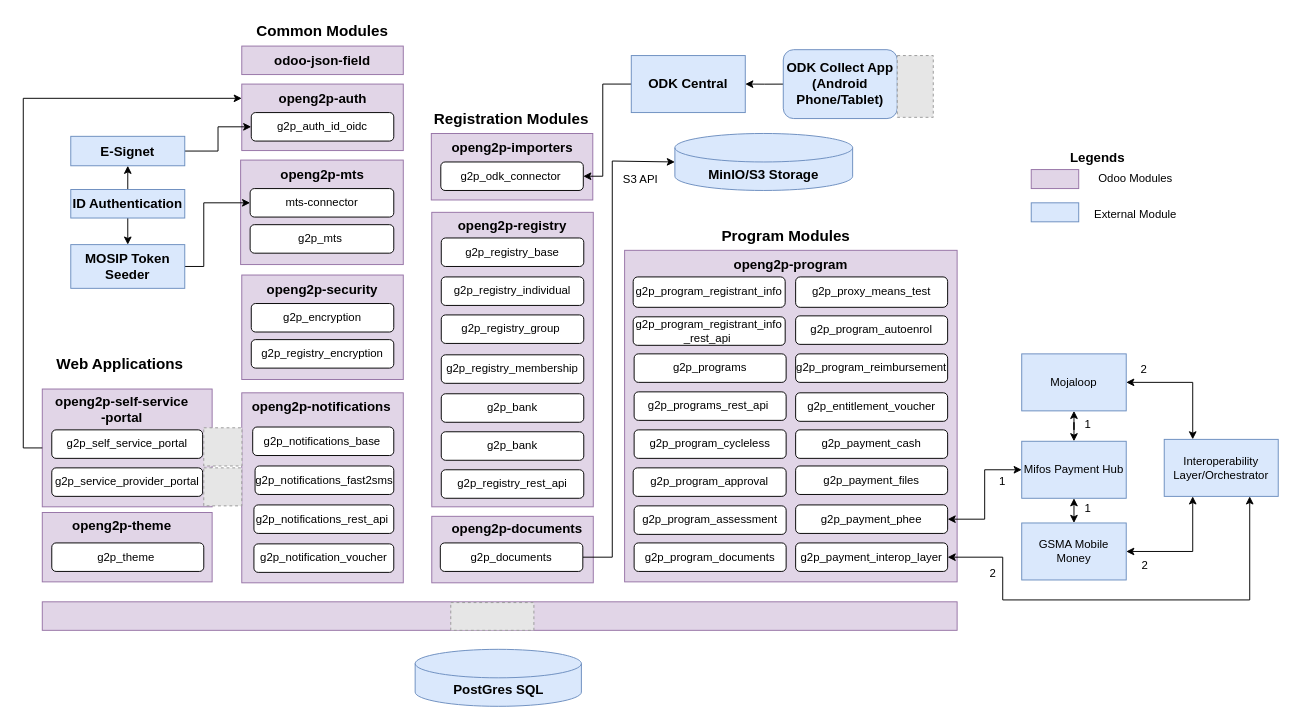
The draw.io diagram .gitbook/assets/technical-architecture.drawio in OpenG2P/openg2p-documentation, before the edit. Source tidied: cells renumbered, new cells numbered last; positions are measured from the earlier drawing's top-left corner, leaving out a move shared by most shapes. Both pictures are drawn from the tidied source at 95%, with x=0, y=0 at pixel (23, 16). Pictures stored in the file or linked from it are replaced by grey dashed boxes.
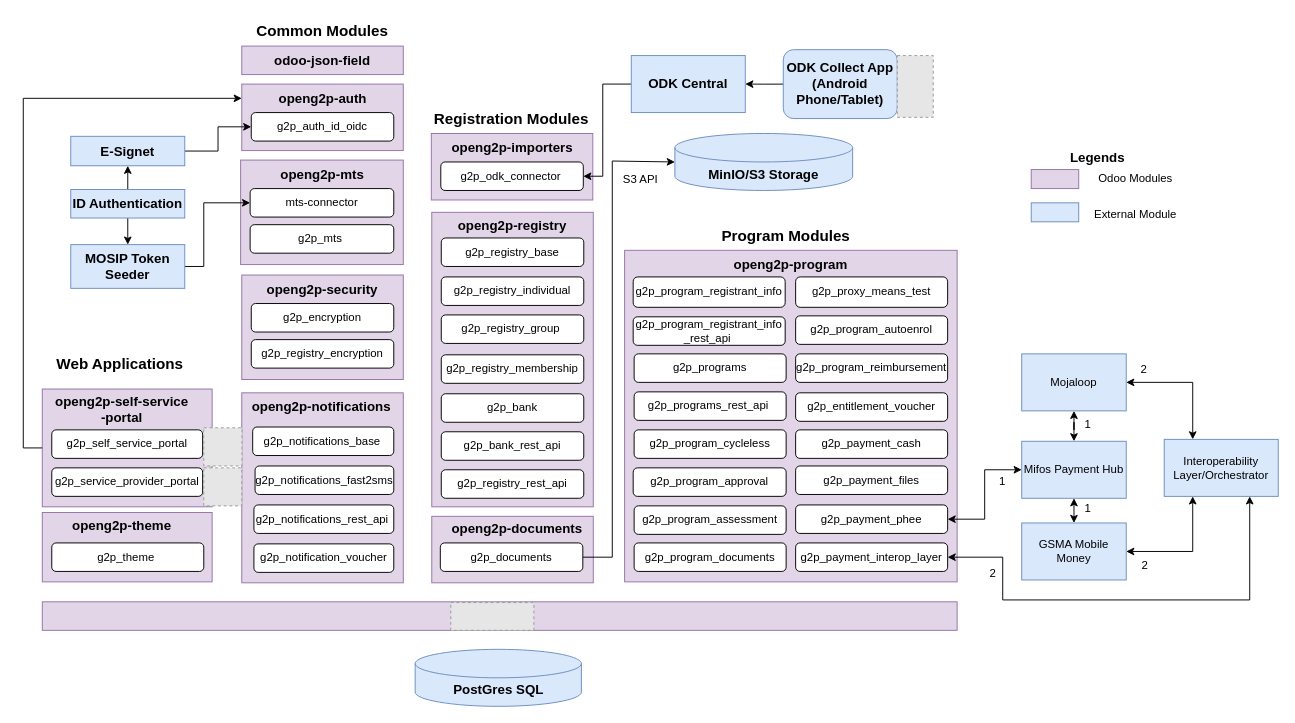
The same diagram, later.

The edit, as a diff of the source:
```diff
@@
-    <mxCell id="105" value="g2p_bank" style="rounded=1;whiteSpace=wrap;html=1;" parent="1" vertex="1">
+    <mxCell id="105" value="g2p_bank_rest_api" style="rounded=1;whiteSpace=wrap;html=1;" parent="1" vertex="1">
       <mxGeometry x="440" y="437" width="150" height="30" as="geometry" />
     </mxCell>
```
